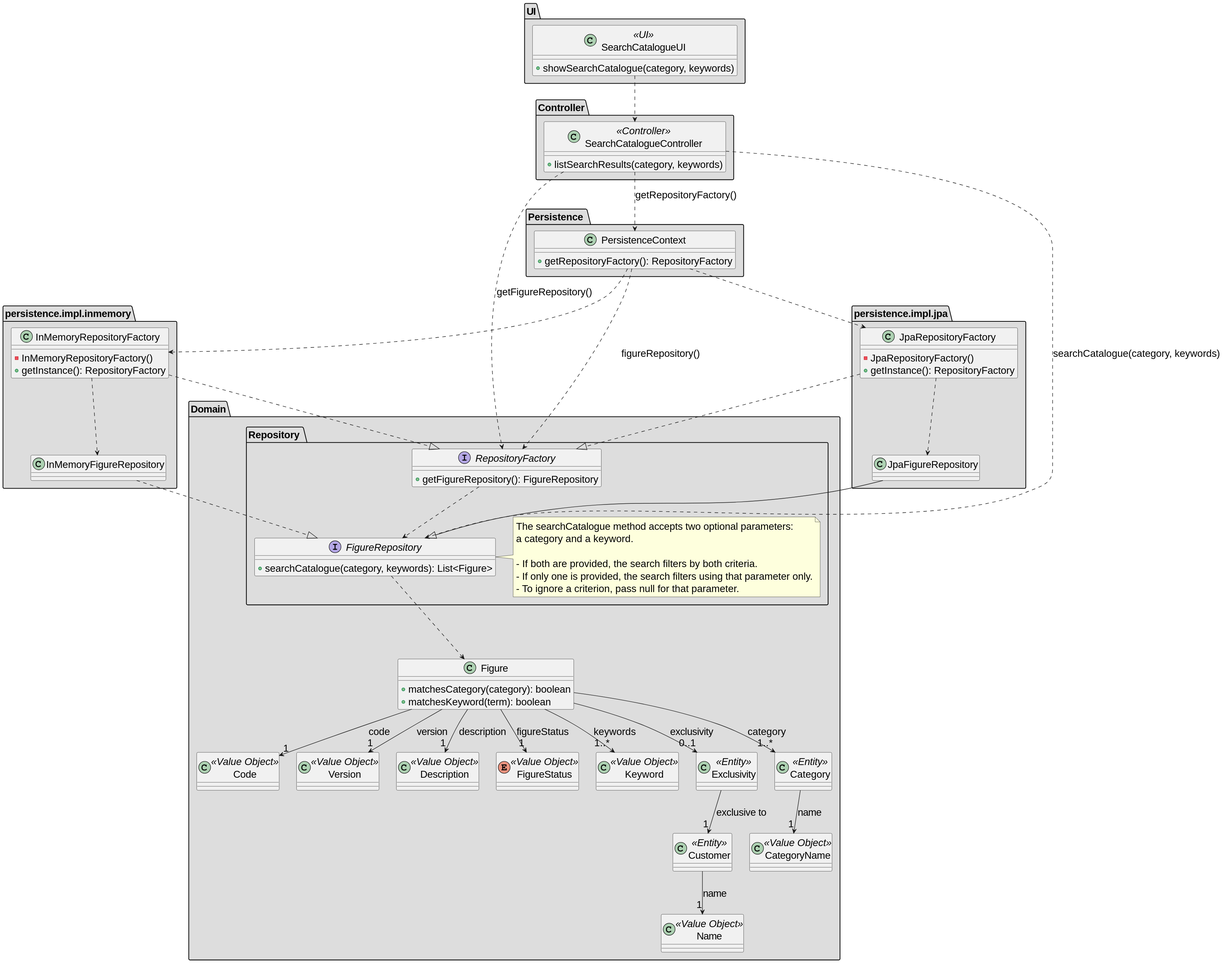
This is docs/SPRINT_2/US232/images/class_diagram_us232.svg from diogoveirospro/sem4pi-2024-2025-sem4pi_2024_2025_g44, a PlantUML export, as it was before one commit.
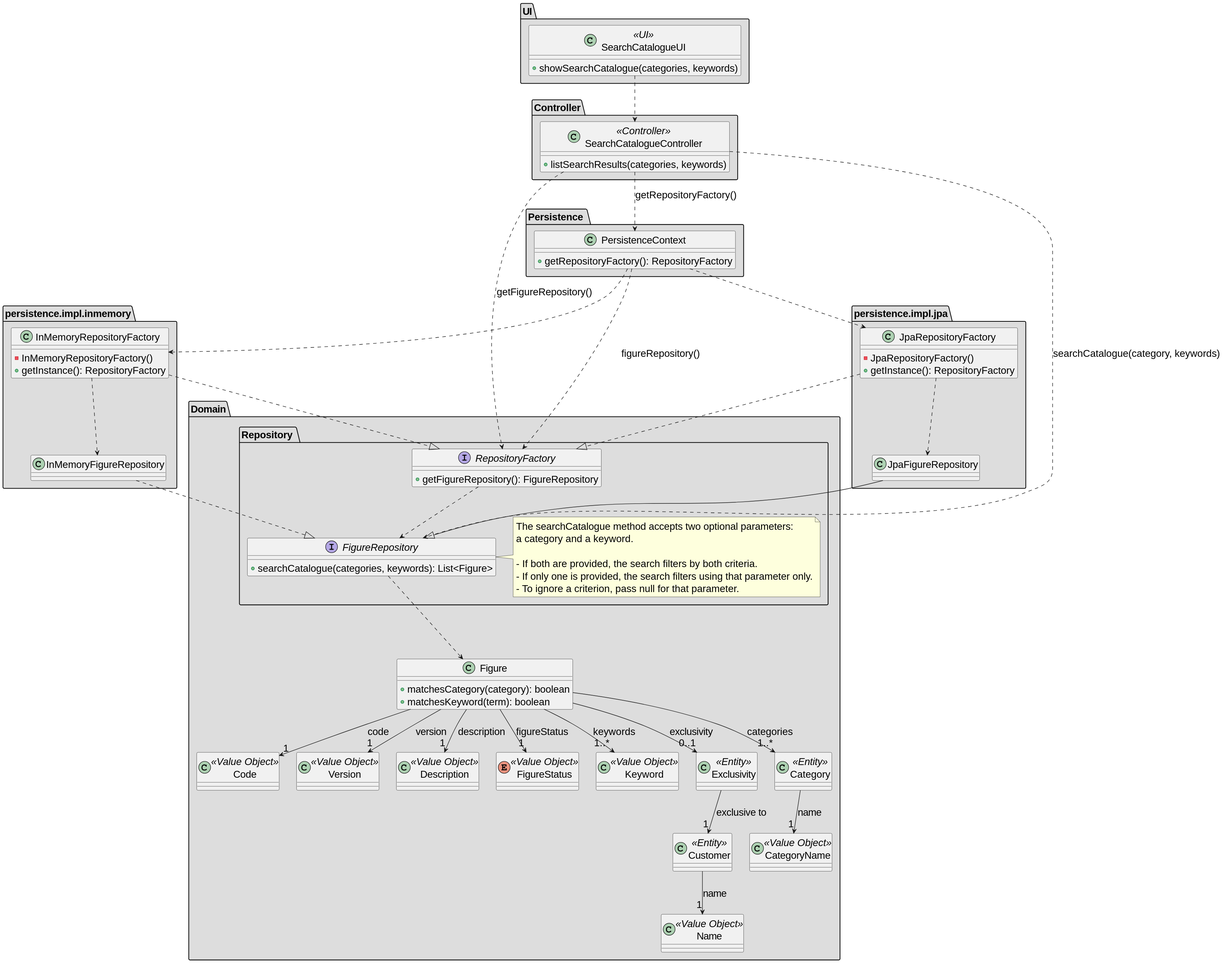
Above is the later version.

The edit, as a diff of the source:
```diff
@@ -38,7 +38,7 @@
         }
 
         interface FigureRepository {
-            + searchCatalogue(category, keywords): List<Figure>
+            + searchCatalogue(categories, keywords): List<Figure>
         }
 
         note right of FigureRepository
@@ -92,13 +92,13 @@
 
 package "UI" #DDDDDD {
     class SearchCatalogueUI <<UI>> {
-        + showSearchCatalogue(category, keywords)
+        + showSearchCatalogue(categories, keywords)
     }
 }
 
 package "Controller" #DDDDDD {
     class SearchCatalogueController <<Controller>> {
-        + listSearchResults(category, keywords)
+        + listSearchResults(categories, keywords)
     }
 }
 
@@ -130,7 +130,7 @@
     Figure --> "1" Version: version
     Figure --> "1" Description: description
     Figure --> "1" FigureStatus: figureStatus
-    Figure --> "1..*" Category: category
+    Figure --> "1..*" Category: categories
     Figure --> "0..1" Exclusivity: exclusivity
 
     Category --> "1" CategoryName: name
```
